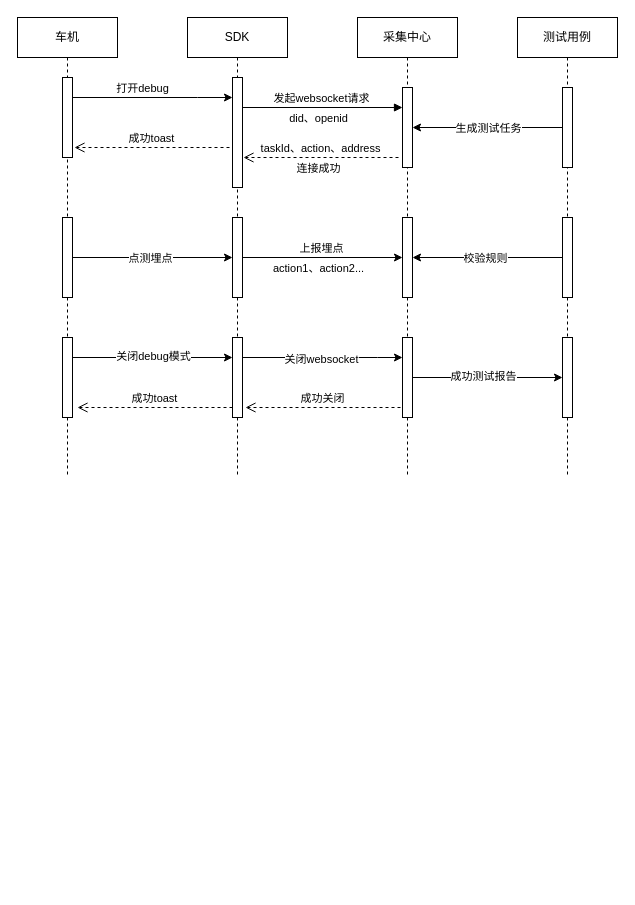
shaozc3g/draw_io keeps this draw.io diagram as 新版测试方案-SDK&云端交互.drawio. Above is the earlier version. Source tidied: cells renumbered, new cells numbered last; positions are measured from the earlier drawing's top-left corner, leaving out a move shared by most shapes. Both pictures are drawn from the tidied source at 100%, with x=0, y=0 at pixel (17, 17).
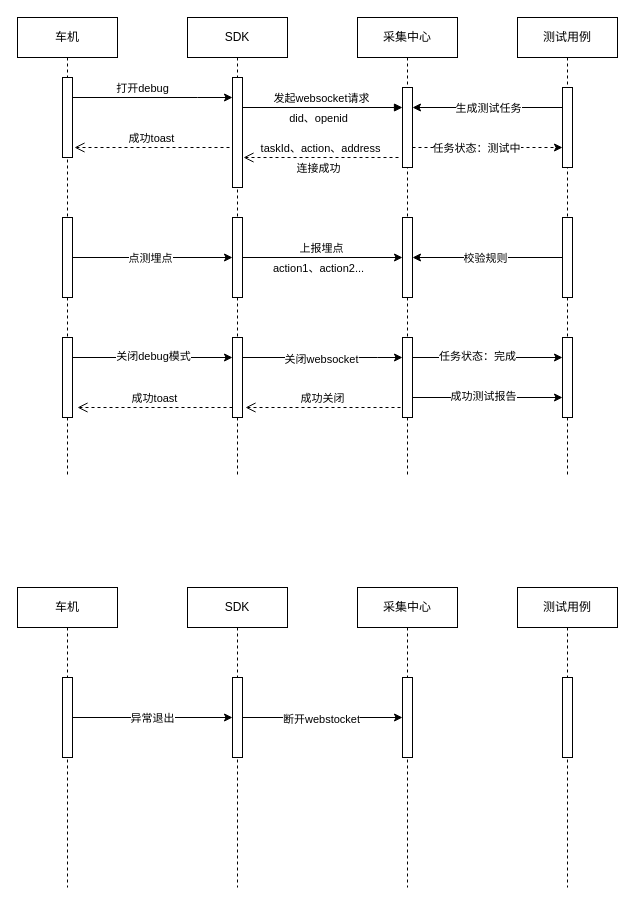
After the change.

Commit message:
更新新版测试方案-SDK&云端交互.drawio

Unchanged cells that the change refers to:
```xml
<mxCell id="7" style="html=1;points=[[0,0,0,0,5],[0,1,0,0,-5],[1,0,0,0,5],[1,1,0,0,-5]];perimeter=orthogonalPerimeter;outlineConnect=0;targetShapes=umlLifeline;portConstraint=eastwest;newEdgeStyle={&quot;curved&quot;:0,&quot;rounded&quot;:0};" parent="6" vertex="1">
  <mxGeometry x="45" y="70" width="10" height="80" as="geometry" />
</mxCell>
<mxCell id="9" style="html=1;points=[[0,0,0,0,5],[0,1,0,0,-5],[1,0,0,0,5],[1,1,0,0,-5]];perimeter=orthogonalPerimeter;outlineConnect=0;targetShapes=umlLifeline;portConstraint=eastwest;newEdgeStyle={&quot;curved&quot;:0,&quot;rounded&quot;:0};" parent="6" vertex="1">
  <mxGeometry x="45" y="320" width="10" height="80" as="geometry" />
</mxCell>
<mxCell id="22" style="html=1;points=[[0,0,0,0,5],[0,1,0,0,-5],[1,0,0,0,5],[1,1,0,0,-5]];perimeter=orthogonalPerimeter;outlineConnect=0;targetShapes=umlLifeline;portConstraint=eastwest;newEdgeStyle={&quot;curved&quot;:0,&quot;rounded&quot;:0};" parent="21" vertex="1">
  <mxGeometry x="45" y="70" width="10" height="80" as="geometry" />
</mxCell>
<mxCell id="24" style="html=1;points=[[0,0,0,0,5],[0,1,0,0,-5],[1,0,0,0,5],[1,1,0,0,-5]];perimeter=orthogonalPerimeter;outlineConnect=0;targetShapes=umlLifeline;portConstraint=eastwest;newEdgeStyle={&quot;curved&quot;:0,&quot;rounded&quot;:0};" parent="21" vertex="1">
  <mxGeometry x="45" y="320" width="10" height="80" as="geometry" />
</mxCell>
```

Diff of the diagram source:
```diff
@@
     <mxCell id="26" style="edgeStyle=orthogonalEdgeStyle;rounded=0;jettySize=auto;html=1;curved=0;" parent="1" edge="1" source="22" target="7">
-      <mxGeometry relative="1" as="geometry" />
+      <mxGeometry relative="1" as="geometry">
+        <Array as="points">
+          <mxPoint x="470" y="90" />
+          <mxPoint x="470" y="90" />
+        </Array>
+      </mxGeometry>
     </mxCell>
@@
     <mxCell id="41" style="edgeStyle=orthogonalEdgeStyle;rounded=0;jettySize=auto;html=1;curved=0;" parent="1" edge="1" source="9" target="24">
       <mxGeometry relative="1" as="geometry">
         <Array as="points">
-          <mxPoint x="470" y="360" />
-          <mxPoint x="470" y="360" />
+          <mxPoint x="470" y="380" />
+          <mxPoint x="470" y="380" />
         </Array>
       </mxGeometry>
     </mxCell>
@@
+    <mxCell id="43" style="edgeStyle=orthogonalEdgeStyle;rounded=0;jettySize=auto;html=1;curved=0;" parent="1" edge="1" source="9" target="24">
+      <mxGeometry relative="1" as="geometry">
+        <Array as="points">
+          <mxPoint x="470" y="340" />
+          <mxPoint x="470" y="340" />
+        </Array>
+      </mxGeometry>
+    </mxCell>
+    <mxCell id="44" value="任务状态：完成" style="edgeLabel;html=1;align=center;verticalAlign=middle;" parent="43" vertex="1">
+      <mxGeometry x="-0.15" y="2" relative="1" as="geometry" />
+    </mxCell>
+    <mxCell id="45" style="edgeStyle=orthogonalEdgeStyle;rounded=0;jettySize=auto;html=1;curved=0;dashed=1;" parent="1" edge="1" source="7" target="22">
+      <mxGeometry relative="1" as="geometry">
+        <Array as="points">
+          <mxPoint x="470" y="130" />
+          <mxPoint x="470" y="130" />
+        </Array>
+      </mxGeometry>
+    </mxCell>
+    <mxCell id="46" value="任务状态：测试中" style="edgeLabel;html=1;align=center;verticalAlign=middle;" parent="45" vertex="1">
+      <mxGeometry x="-0.16" relative="1" as="geometry" />
+    </mxCell>
+    <mxCell id="47" value="车机" style="shape=umlLifeline;perimeter=lifelinePerimeter;whiteSpace=wrap;html=1;newEdgeStyle={&quot;curved&quot;:0,&quot;rounded&quot;:0};" parent="1" vertex="1">
+      <mxGeometry y="570" width="100" height="300" as="geometry" />
+    </mxCell>
+    <mxCell id="48" style="html=1;points=[[0,0,0,0,5],[0,1,0,0,-5],[1,0,0,0,5],[1,1,0,0,-5]];perimeter=orthogonalPerimeter;outlineConnect=0;targetShapes=umlLifeline;portConstraint=eastwest;newEdgeStyle={&quot;curved&quot;:0,&quot;rounded&quot;:0};" parent="47" vertex="1">
+      <mxGeometry x="45" y="90" width="10" height="80" as="geometry" />
+    </mxCell>
+    <mxCell id="49" value="SDK" style="shape=umlLifeline;perimeter=lifelinePerimeter;whiteSpace=wrap;html=1;newEdgeStyle={&quot;curved&quot;:0,&quot;rounded&quot;:0};" parent="1" vertex="1">
+      <mxGeometry x="170" y="570" width="100" height="300" as="geometry" />
+    </mxCell>
+    <mxCell id="50" style="html=1;points=[[0,0,0,0,5],[0,1,0,0,-5],[1,0,0,0,5],[1,1,0,0,-5]];perimeter=orthogonalPerimeter;outlineConnect=0;targetShapes=umlLifeline;portConstraint=eastwest;newEdgeStyle={&quot;curved&quot;:0,&quot;rounded&quot;:0};" parent="49" vertex="1">
+      <mxGeometry x="45" y="90" width="10" height="80" as="geometry" />
+    </mxCell>
+    <mxCell id="51" value="采集中心" style="shape=umlLifeline;perimeter=lifelinePerimeter;whiteSpace=wrap;html=1;newEdgeStyle={&quot;curved&quot;:0,&quot;rounded&quot;:0};" parent="1" vertex="1">
+      <mxGeometry x="340" y="570" width="100" height="300" as="geometry" />
+    </mxCell>
+    <mxCell id="52" style="html=1;points=[[0,0,0,0,5],[0,1,0,0,-5],[1,0,0,0,5],[1,1,0,0,-5]];perimeter=orthogonalPerimeter;outlineConnect=0;targetShapes=umlLifeline;portConstraint=eastwest;newEdgeStyle={&quot;curved&quot;:0,&quot;rounded&quot;:0};" parent="51" vertex="1">
+      <mxGeometry x="45" y="90" width="10" height="80" as="geometry" />
+    </mxCell>
+    <mxCell id="53" value="测试用例" style="shape=umlLifeline;perimeter=lifelinePerimeter;whiteSpace=wrap;html=1;newEdgeStyle={&quot;curved&quot;:0,&quot;rounded&quot;:0};" parent="1" vertex="1">
+      <mxGeometry x="500" y="570" width="100" height="300" as="geometry" />
+    </mxCell>
+    <mxCell id="54" style="html=1;perimeter=orthogonalPerimeter;targetShapes=umlLifeline;newEdgeStyle={&quot;curved&quot;:0,&quot;rounded&quot;:0};" parent="53" vertex="1">
+      <mxGeometry x="45" y="90" width="10" height="80" as="geometry" />
+    </mxCell>
+    <mxCell id="55" style="edgeStyle=orthogonalEdgeStyle;rounded=0;jettySize=auto;html=1;curved=0;" parent="1" edge="1" source="48" target="50">
+      <mxGeometry relative="1" as="geometry" />
+    </mxCell>
+    <mxCell id="56" value="异常退出" style="edgeLabel;html=1;align=center;verticalAlign=middle;" parent="55" vertex="1">
+      <mxGeometry x="-0.01" relative="1" as="geometry" />
+    </mxCell>
+    <mxCell id="57" style="edgeStyle=orthogonalEdgeStyle;rounded=0;jettySize=auto;html=1;curved=0;" parent="1" edge="1" source="50" target="52">
+      <mxGeometry relative="1" as="geometry" />
+    </mxCell>
+    <mxCell id="58" value="断开webstocket" style="edgeLabel;html=1;align=center;verticalAlign=middle;" parent="57" vertex="1">
+      <mxGeometry x="-0.03" y="-1" relative="1" as="geometry" />
+    </mxCell>
```
